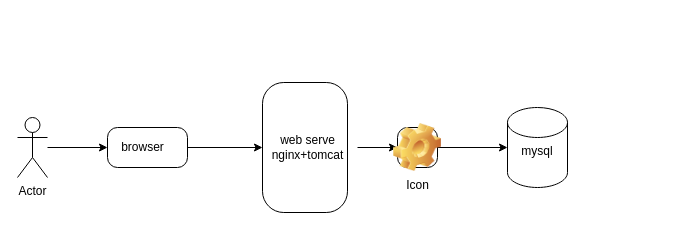
Hello-Pig-K/picture-collection keeps this draw.io diagram as mybatis/初识mysql.drawio. Above is the earlier version. Source tidied: cells renumbered, new cells numbered last; positions are measured from the earlier drawing's top-left corner, leaving out a move shared by most shapes. Both pictures are drawn from the tidied source at 100%, with x=0, y=0 at pixel (17, 82).
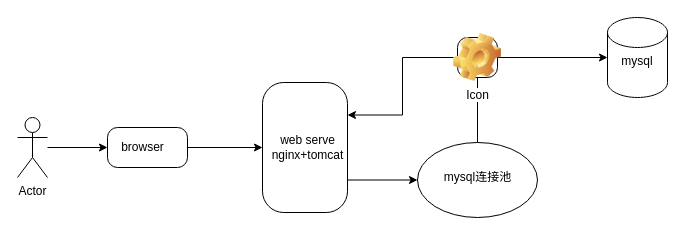
The same page after the edit.

Change to the diagram source:
```diff
@@
 <mxGraphModel>
   <root>
     <mxCell id="0" />
     <mxCell id="1" parent="0" />
     <mxCell id="2" style="edgeStyle=orthogonalEdgeStyle;rounded=0;jettySize=auto;html=1;" parent="1" edge="1" source="3" target="5">
       <mxGeometry relative="1" as="geometry" />
     </mxCell>
     <mxCell id="3" value="Actor" style="shape=umlActor;verticalLabelPosition=bottom;verticalAlign=top;html=1;outlineConnect=0;" parent="1" vertex="1">
       <mxGeometry y="35" width="30" height="60" as="geometry" />
     </mxCell>
     <mxCell id="4" style="edgeStyle=orthogonalEdgeStyle;rounded=0;jettySize=auto;html=1;fontFamily=Helvetica;fontSize=12;fontColor=default;" parent="1" edge="1" source="5" target="6">
       <mxGeometry relative="1" as="geometry" />
     </mxCell>
     <mxCell id="5" value="&lt;div style=&quot;&quot;&gt;&lt;br&gt;&lt;/div&gt;" style="rounded=1;whiteSpace=wrap;html=1;verticalAlign=top;align=center;arcSize=25;" parent="1" vertex="1">
       <mxGeometry x="90" y="45" width="80" height="40" as="geometry" />
     </mxCell>
+    <mxCell id="13" style="edgeStyle=orthogonalEdgeStyle;rounded=0;jettySize=auto;html=1;exitX=1;exitY=0.75;exitDx=0;exitDy=0;fontFamily=Helvetica;fontSize=12;fontColor=default;" parent="1" edge="1" source="6" target="16">
+      <mxGeometry relative="1" as="geometry" />
+    </mxCell>
     <mxCell id="6" style="rounded=1;whiteSpace=wrap;html=1;verticalAlign=top;arcSize=25;" parent="1" vertex="1">
       <mxGeometry x="245" width="85" height="130" as="geometry" />
     </mxCell>
-    <mxCell id="7" style="edgeStyle=orthogonalEdgeStyle;rounded=0;jettySize=auto;html=1;fontFamily=Helvetica;fontSize=12;fontColor=default;" parent="1" edge="1" source="8" target="12">
-      <mxGeometry relative="1" as="geometry" />
-    </mxCell>
     <mxCell id="8" value="web serve&lt;div&gt;nginx+tomcat&lt;/div&gt;" style="text;html=1;align=center;verticalAlign=middle;points=[];strokeColor=none;fillColor=none;fontFamily=Helvetica;fontSize=12;fontColor=default;" parent="1" vertex="1">
       <mxGeometry x="240" y="45" width="100" height="40" as="geometry" />
     </mxCell>
     <mxCell id="9" value="browser" style="text;html=1;align=center;verticalAlign=middle;strokeColor=none;fillColor=none;fontFamily=Helvetica;fontSize=12;fontColor=default;" parent="1" vertex="1">
       <mxGeometry x="90" y="50" width="70" height="30" as="geometry" />
     </mxCell>
     <mxCell id="10" value="mysql" style="shape=cylinder3;whiteSpace=wrap;html=1;boundedLbl=1;backgroundOutline=1;size=15;rounded=1;strokeColor=default;align=center;verticalAlign=top;arcSize=25;fontFamily=Helvetica;fontSize=12;fontColor=default;fillColor=default;" parent="1" vertex="1">
-      <mxGeometry x="490" y="25" width="60" height="80" as="geometry" />
+      <mxGeometry x="590" y="-65" width="60" height="80" as="geometry" />
     </mxCell>
     <mxCell id="11" style="edgeStyle=orthogonalEdgeStyle;rounded=0;jettySize=auto;html=1;fontFamily=Helvetica;fontSize=12;fontColor=default;" parent="1" edge="1" source="12" target="10">
       <mxGeometry relative="1" as="geometry" />
     </mxCell>
+    <mxCell id="14" style="edgeStyle=orthogonalEdgeStyle;rounded=0;jettySize=auto;html=1;entryX=1;entryY=0.25;entryDx=0;entryDy=0;fontFamily=Helvetica;fontSize=12;fontColor=default;" parent="1" edge="1" source="12" target="6">
+      <mxGeometry relative="1" as="geometry" />
+    </mxCell>
+    <mxCell id="15" style="edgeStyle=orthogonalEdgeStyle;rounded=0;jettySize=auto;html=1;fontFamily=Helvetica;fontSize=12;fontColor=default;" parent="1" edge="1" source="12" target="17">
+      <mxGeometry relative="1" as="geometry" />
+    </mxCell>
     <mxCell id="12" value="Icon" style="icon;html=1;image=img/clipart/Gear_128x128.png;rounded=1;strokeColor=default;align=center;verticalAlign=top;arcSize=25;fontFamily=Helvetica;fontSize=12;fontColor=default;fillColor=default;" parent="1" vertex="1">
-      <mxGeometry x="380" y="45" width="40" height="40" as="geometry" />
+      <mxGeometry x="440" y="-45" width="40" height="40" as="geometry" />
     </mxCell>
+    <mxCell id="16" style="ellipse;whiteSpace=wrap;html=1;rounded=1;strokeColor=default;align=center;verticalAlign=top;arcSize=25;fontFamily=Helvetica;fontSize=12;fontColor=default;fillColor=default;" parent="1" vertex="1">
+      <mxGeometry x="400" y="60" width="120" height="75" as="geometry" />
+    </mxCell>
+    <mxCell id="17" value="mysql连接池" style="text;html=1;align=center;verticalAlign=middle;points=[];strokeColor=none;fillColor=none;fontFamily=Helvetica;fontSize=12;fontColor=default;" parent="1" vertex="1">
+      <mxGeometry x="415" y="80" width="90" height="30" as="geometry" />
+    </mxCell>
   </root>
 </mxGraphModel>
```
